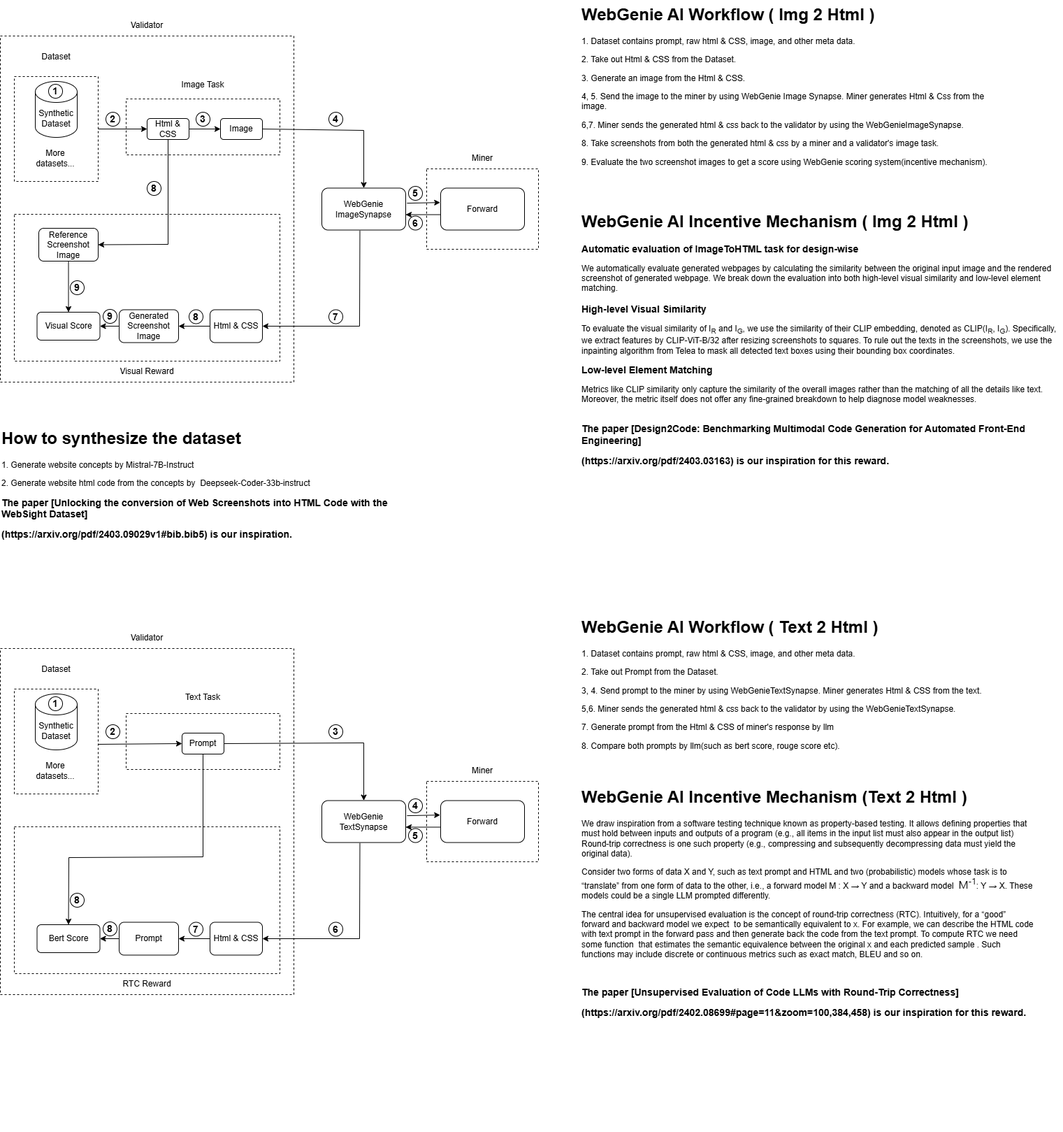
This is docs/webgenie-workflow.png from web-genie-ai/web-genie-ai, a draw.io export, as it was before one commit. Source tidied: cells renumbered, new cells last; positions are measured from the earlier drawing's top-left corner, leaving out a move shared by most shapes.
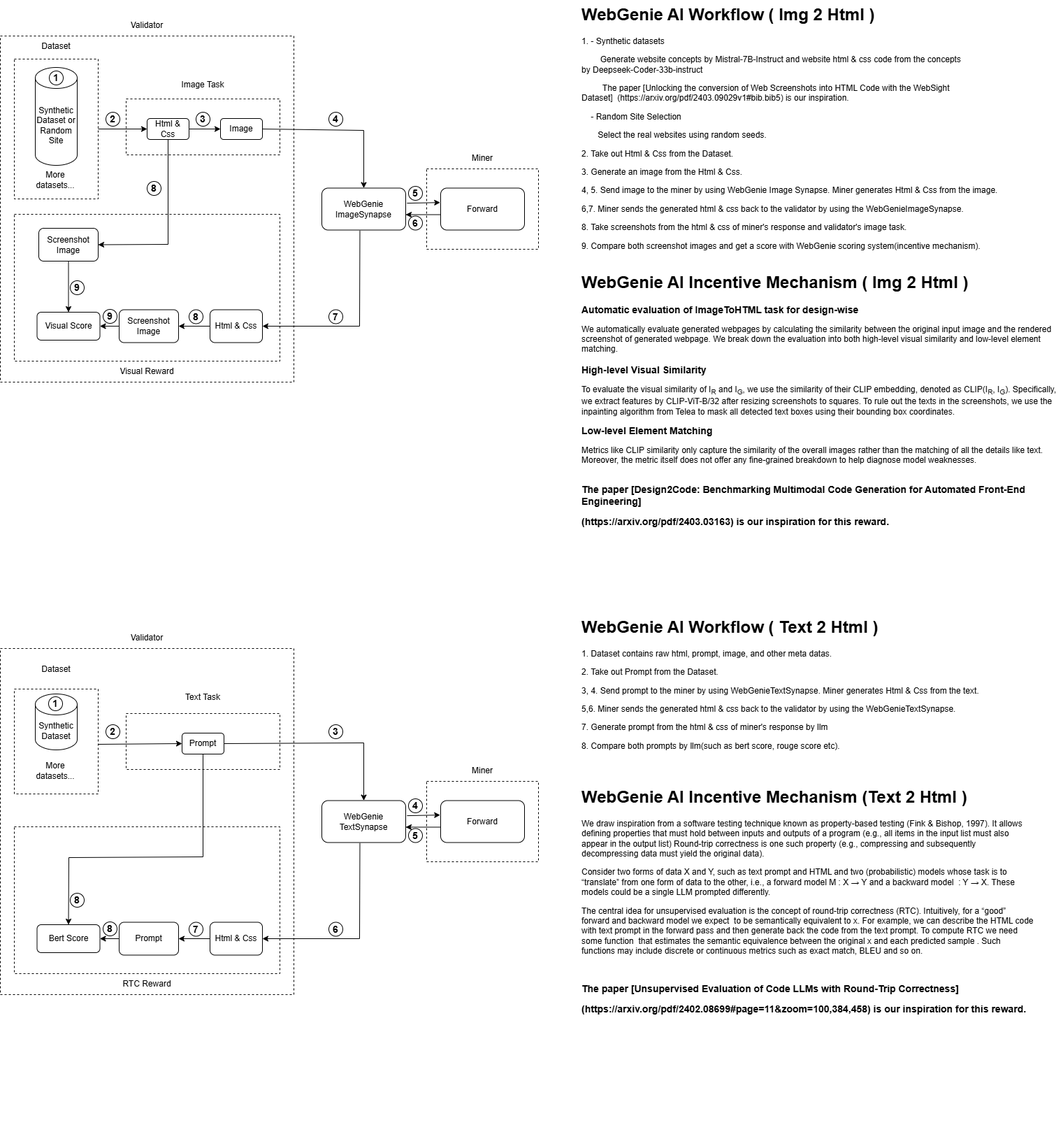
The same file after the commit.

Commit message:
chore: udpate the workflow image

What changed in the source:
```diff
@@ -23,9 +23,9 @@
     <mxCell id="8" style="rounded=0;whiteSpace=wrap;html=1;dashed=1;" parent="1" vertex="1">
-      <mxGeometry x="20" y="109" width="120" height="150" as="geometry" />
+      <mxGeometry x="20" y="84" width="120" height="200" as="geometry" />
     </mxCell>
-    <mxCell id="9" value="Synthetic Dataset" style="shape=cylinder3;whiteSpace=wrap;html=1;boundedLbl=1;backgroundOutline=1;size=15;" parent="1" vertex="1">
-      <mxGeometry x="50" y="116" width="60" height="80" as="geometry" />
+    <mxCell id="9" value="Synthetic Dataset or Random Site" style="shape=cylinder3;whiteSpace=wrap;html=1;boundedLbl=1;backgroundOutline=1;size=15;" parent="1" vertex="1">
+      <mxGeometry x="50" y="96" width="60" height="140" as="geometry" />
     </mxCell>
     <mxCell id="10" value="Dataset" style="text;html=1;align=center;verticalAlign=middle;whiteSpace=wrap;rounded=0;" parent="1" vertex="1">
-      <mxGeometry x="50" y="66" width="60" height="30" as="geometry" />
+      <mxGeometry x="50" y="56" width="60" height="20" as="geometry" />
     </mxCell>
@@ -38,3 +38,3 @@
     <mxCell id="13" value="&lt;b&gt;&lt;font style=&quot;font-size: 14px;&quot;&gt;1&lt;/font&gt;&lt;/b&gt;" style="ellipse;whiteSpace=wrap;html=1;" parent="1" vertex="1">
-      <mxGeometry x="69" y="120" width="20" height="20" as="geometry" />
+      <mxGeometry x="70" y="101" width="20" height="20" as="geometry" />
     </mxCell>
@@ -71,3 +71,3 @@
     </mxCell>
-    <mxCell id="22" value="Html &amp;amp; CSS" style="rounded=1;whiteSpace=wrap;html=1;" parent="1" vertex="1">
+    <mxCell id="22" value="Html &amp;amp; Css" style="rounded=1;whiteSpace=wrap;html=1;" parent="1" vertex="1">
       <mxGeometry x="300" y="442.5" width="75" height="47" as="geometry" />
@@ -84,6 +84,6 @@
     </mxCell>
-    <mxCell id="25" value="Generated Screenshot&lt;div&gt;Image&lt;/div&gt;" style="rounded=1;whiteSpace=wrap;html=1;" parent="1" vertex="1">
+    <mxCell id="25" value="Screenshot&lt;div&gt;Image&lt;/div&gt;" style="rounded=1;whiteSpace=wrap;html=1;" parent="1" vertex="1">
       <mxGeometry x="170" y="442.5" width="85" height="47" as="geometry" />
     </mxCell>
-    <mxCell id="26" value="Reference Screenshot&lt;div&gt;Image&lt;/div&gt;" style="rounded=1;whiteSpace=wrap;html=1;" parent="1" vertex="1">
+    <mxCell id="26" value="Screenshot&lt;div&gt;Image&lt;/div&gt;" style="rounded=1;whiteSpace=wrap;html=1;" parent="1" vertex="1">
       <mxGeometry x="55" y="326" width="85" height="47" as="geometry" />
@@ -96,3 +96,3 @@
     </mxCell>
-    <mxCell id="29" value="Html &amp;amp; CSS" style="rounded=1;whiteSpace=wrap;html=1;" parent="1" vertex="1">
+    <mxCell id="29" value="Html &amp;amp; Css" style="rounded=1;whiteSpace=wrap;html=1;" parent="1" vertex="1">
       <mxGeometry x="210" y="169" width="60" height="30" as="geometry" />
@@ -106,3 +106,3 @@
     <mxCell id="32" value="More datasets..." style="text;html=1;align=center;verticalAlign=middle;whiteSpace=wrap;rounded=0;" parent="1" vertex="1">
-      <mxGeometry x="49" y="211" width="60" height="30" as="geometry" />
+      <mxGeometry x="49" y="242" width="60" height="30" as="geometry" />
     </mxCell>
@@ -148,11 +148,8 @@
     </mxCell>
-    <mxCell id="45" value="&lt;h1 style=&quot;margin-top: 0px;&quot;&gt;WebGenie AI Workflow ( Img 2 Html )&lt;/h1&gt;&lt;p&gt;1. Dataset contains&amp;nbsp;&lt;span style=&quot;background-color: initial;&quot;&gt;prompt,&amp;nbsp;&lt;/span&gt;&lt;span style=&quot;background-color: initial;&quot;&gt;raw html &amp;amp; CSS, image, and other meta data.&lt;/span&gt;&lt;/p&gt;&lt;p&gt;2. Take out Html &amp;amp; CSS from the Dataset.&lt;/p&gt;&lt;p&gt;3. Generate an image from the Html &amp;amp; CSS.&lt;/p&gt;&lt;p&gt;4, 5. Send the image to the miner by using WebGenie Image Synapse. Miner generates Html &amp;amp; Css from the image.&lt;span style=&quot;background-color: initial;&quot;&gt;&amp;nbsp;&lt;/span&gt;&lt;/p&gt;&lt;p&gt;&lt;span style=&quot;background-color: initial;&quot;&gt;6,7. Miner sends the generated html &amp;amp; css back to the validator by using the WebGenieImageSynapse.&amp;nbsp;&lt;/span&gt;&lt;/p&gt;&lt;p&gt;&lt;span style=&quot;background-color: initial;&quot;&gt;8. Take screenshots from both the generated html &amp;amp; css by a miner and a validator's image task.&lt;/span&gt;&lt;/p&gt;&lt;p&gt;&lt;span style=&quot;background-color: initial;&quot;&gt;9. Evaluate the two screenshot images to get a score using WebGenie scoring system(incentive mechanism).&lt;/span&gt;&lt;/p&gt;&lt;p&gt;&lt;br&gt;&lt;/p&gt;&lt;p&gt;&lt;br&gt;&lt;/p&gt;" style="text;html=1;whiteSpace=wrap;overflow=hidden;rounded=0;" parent="1" vertex="1">
-      <mxGeometry x="830" width="620" height="236" as="geometry" />
+    <mxCell id="45" value="&lt;h1 style=&quot;margin-top: 0px;&quot;&gt;WebGenie AI Workflow ( Img 2 Html )&lt;/h1&gt;&lt;p&gt;1. - Synthetic datasets&lt;/p&gt;&lt;p&gt;&amp;nbsp; &amp;nbsp; &amp;nbsp; &amp;nbsp;&amp;nbsp;&lt;span style=&quot;background-color: transparent; color: light-dark(rgb(0, 0, 0), rgb(255, 255, 255));&quot;&gt;Generate website concepts by Mistral-7B-Instruct and website html &amp;amp; css code from the concepts&amp;nbsp; &amp;nbsp; &amp;nbsp; &amp;nbsp; &amp;nbsp; &amp;nbsp; &amp;nbsp; &amp;nbsp; by&amp;nbsp;&lt;/span&gt;&lt;span style=&quot;background-color: transparent; color: light-dark(rgb(0, 0, 0), rgb(255, 255, 255));&quot;&gt;Deepseek-Coder-33b-instruct&lt;/span&gt;&lt;/p&gt;&lt;p&gt;&lt;span style=&quot;background-color: transparent; color: light-dark(rgb(0, 0, 0), rgb(255, 255, 255));&quot;&gt;&amp;nbsp; &amp;nbsp; &amp;nbsp; &amp;nbsp; &lt;font&gt;&amp;nbsp;&lt;/font&gt;&lt;/span&gt;&lt;span style=&quot;background-color: transparent; color: light-dark(rgb(0, 0, 0), rgb(255, 255, 255));&quot;&gt;&lt;font&gt;The paper [Unlocking the conversion of Web Screenshots into HTML Code with the WebSight Dataset]&amp;nbsp;&amp;nbsp;&lt;/font&gt;&lt;/span&gt;&lt;span style=&quot;background-color: transparent; color: light-dark(rgb(0, 0, 0), rgb(255, 255, 255));&quot;&gt;(https://arxiv.org/pdf/2403.09029v1#bib.bib5) is our inspiration.&lt;/span&gt;&lt;/p&gt;&lt;p&gt;&amp;nbsp; &amp;nbsp; - Random Site Selection&lt;/p&gt;&lt;p&gt;&amp;nbsp; &amp;nbsp; &amp;nbsp; &amp;nbsp;Select the real websites using random seeds.&lt;/p&gt;&lt;p&gt;2. Take out Html &amp;amp; Css from the Dataset.&lt;/p&gt;&lt;p&gt;3. Generate an image from the Html &amp;amp; Css.&lt;/p&gt;&lt;p&gt;4, 5. Send image to the miner by using WebGenie Image Synapse. Miner generates Html &amp;amp; Css from the image.&lt;span style=&quot;background-color: initial;&quot;&gt;&amp;nbsp;&lt;/span&gt;&lt;/p&gt;&lt;p&gt;&lt;span style=&quot;background-color: initial;&quot;&gt;6,7. Miner sends the generated html &amp;amp; css back to the validator by using the WebGenieImageSynapse.&amp;nbsp;&lt;/span&gt;&lt;/p&gt;&lt;p&gt;&lt;span style=&quot;background-color: initial;&quot;&gt;8. Take screenshots from the html &amp;amp; css of miner's response and validator's image task.&lt;/span&gt;&lt;/p&gt;&lt;p&gt;&lt;span style=&quot;background-color: initial;&quot;&gt;9. Compare both screenshot images and get a score with WebGenie scoring system(incentive mechanism).&lt;/span&gt;&lt;/p&gt;&lt;p&gt;&lt;span style=&quot;background-color: initial;&quot;&gt;&lt;br&gt;&lt;/span&gt;&lt;/p&gt;&lt;p&gt;&lt;span style=&quot;background-color: initial;&quot;&gt;&lt;br&gt;&lt;/span&gt;&lt;/p&gt;&lt;p&gt;&lt;br&gt;&lt;/p&gt;&lt;p&gt;&lt;br&gt;&lt;/p&gt;" style="text;html=1;whiteSpace=wrap;overflow=hidden;rounded=0;" parent="1" vertex="1">
+      <mxGeometry x="830" width="620" height="376" as="geometry" />
     </mxCell>
     <mxCell id="46" value="&lt;h1 style=&quot;margin-top: 0px;&quot;&gt;WebGenie AI Incentive Mechanism ( Img 2 Html )&lt;/h1&gt;&lt;p&gt;&lt;b&gt;&lt;font style=&quot;font-size: 14px;&quot;&gt;Automatic evaluation of ImageToHTML task for design-wise&lt;/font&gt;&lt;/b&gt;&lt;/p&gt;&lt;p&gt;We automatically evaluate generated webpages by calculating the similarity between the original input image and the rendered screenshot of generated webpage. We break down the evaluation into both high-level visual similarity and low-level element matching.&lt;br&gt;&lt;br&gt;&lt;b&gt;&lt;font style=&quot;font-size: 14px;&quot;&gt;High-level Visual Similarity&lt;/font&gt;&lt;/b&gt;&lt;/p&gt;&lt;p&gt;&lt;font style=&quot;&quot;&gt;To evaluate the visual similarity of&amp;nbsp;&lt;/font&gt;&lt;span style=&quot;background-color: initial;&quot;&gt;I&lt;/span&gt;&lt;span style=&quot;background-color: initial;&quot;&gt;&lt;sub&gt;R&lt;/sub&gt;&lt;/span&gt;&lt;span style=&quot;background-color: initial;&quot;&gt;&amp;nbsp;and&amp;nbsp;&lt;/span&gt;&lt;span style=&quot;background-color: initial;&quot;&gt;I&lt;/span&gt;&lt;span style=&quot;background-color: initial;&quot;&gt;&lt;sub&gt;G&lt;/sub&gt;&lt;/span&gt;&lt;span style=&quot;background-color: initial;&quot;&gt;, we use the similarity of their CLIP embedding, denoted as CLIP(&lt;/span&gt;&lt;span style=&quot;background-color: initial;&quot;&gt;I&lt;/span&gt;&lt;span style=&quot;background-color: initial;&quot;&gt;&lt;sub&gt;R&lt;/sub&gt;&lt;/span&gt;&lt;span style=&quot;background-color: initial;&quot;&gt;,&amp;nbsp;&lt;/span&gt;&lt;span style=&quot;background-color: initial;&quot;&gt;I&lt;/span&gt;&lt;span style=&quot;background-color: initial;&quot;&gt;&lt;sub&gt;G&lt;/sub&gt;&lt;/span&gt;&lt;span style=&quot;background-color: initial;&quot;&gt;). Specifically, we extract features by CLIP-ViT-B/32 after resizing screenshots to squares. To rule out the texts in the screenshots, we use the inpainting algorithm from Telea to mask all detected text boxes using their bounding box coordinates.&lt;/span&gt;&lt;/p&gt;&lt;p&gt;&lt;span style=&quot;background-color: initial;&quot;&gt;&lt;b&gt;&lt;font style=&quot;font-size: 14px;&quot;&gt;Low-level Element Matching&lt;/font&gt;&lt;/b&gt;&lt;/span&gt;&lt;/p&gt;&lt;p&gt;&lt;span style=&quot;background-color: initial;&quot;&gt;Metrics like CLIP similarity only capture the similarity of the overall images rather than the matching of all the details like text. Moreover, the metric itself does not offer any fine-grained breakdown to help diagnose model weaknesses.&lt;br&gt;&lt;br&gt;&lt;/span&gt;&lt;/p&gt;&lt;p&gt;&lt;b&gt;&lt;font style=&quot;font-size: 14px;&quot;&gt;The paper [Design2Code: Benchmarking Multimodal Code Generation for Automated Front-End Engineering]&lt;/font&gt;&lt;/b&gt;&lt;/p&gt;&lt;p&gt;&lt;span style=&quot;background-color: initial;&quot;&gt;&lt;b&gt;&lt;font style=&quot;font-size: 14px;&quot;&gt;(https://arxiv.org/pdf/2403.03163) is our inspiration for this reward.&lt;/font&gt;&lt;/b&gt;&lt;/span&gt;&lt;/p&gt;" style="text;html=1;whiteSpace=wrap;overflow=hidden;rounded=0;" parent="1" vertex="1">
-      <mxGeometry x="830" y="296" width="690" height="420" as="geometry" />
+      <mxGeometry x="830" y="382.5" width="690" height="420" as="geometry" />
     </mxCell>
-    <mxCell id="47" value="&lt;h1 style=&quot;margin-top: 0px;&quot;&gt;How to synthesize the dataset&lt;/h1&gt;&lt;p&gt;1. Generate website concepts by Mistral-7B-Instruct&lt;/p&gt;&lt;p&gt;2. Generate website html code from the concepts by&amp;nbsp; Deepseek-Coder-33b-instruct&lt;/p&gt;&lt;p&gt;&lt;b&gt;&lt;font style=&quot;font-size: 14px;&quot;&gt;The paper [Unlocking the conversion of Web Screenshots into HTML Code with the WebSight Dataset]&lt;/font&gt;&lt;/b&gt;&lt;/p&gt;&lt;p&gt;&lt;b&gt;&lt;font style=&quot;font-size: 14px;&quot;&gt;(https://arxiv.org/pdf/2403.09029v1#bib.bib5) is our inspiration.&lt;/font&gt;&lt;/b&gt;&lt;/p&gt;" style="text;html=1;whiteSpace=wrap;overflow=hidden;rounded=0;" parent="1" vertex="1">
-      <mxGeometry y="606" width="620" height="236" as="geometry" />
-    </mxCell>
     <mxCell id="48" style="rounded=0;whiteSpace=wrap;html=1;fillColor=none;dashed=1;" parent="1" vertex="1">
@@ -211,3 +208,3 @@
     </mxCell>
-    <mxCell id="63" value="Html &amp;amp; CSS" style="rounded=1;whiteSpace=wrap;html=1;" parent="1" vertex="1">
+    <mxCell id="63" value="Html &amp;amp; Css" style="rounded=1;whiteSpace=wrap;html=1;" parent="1" vertex="1">
       <mxGeometry x="300" y="1318.5" width="75" height="47" as="geometry" />
@@ -274,6 +271,6 @@
     </mxCell>
-    <mxCell id="81" value="&lt;h1 style=&quot;margin-top: 0px;&quot;&gt;WebGenie AI Workflow ( Text 2 Html )&lt;/h1&gt;&lt;p&gt;1.&amp;nbsp;&lt;span style=&quot;background-color: initial;&quot;&gt;Dataset contains&amp;nbsp;&lt;/span&gt;&lt;span style=&quot;background-color: initial;&quot;&gt;prompt,&amp;nbsp;&lt;/span&gt;&lt;span style=&quot;background-color: initial;&quot;&gt;raw html &amp;amp; CSS, image, and other meta data.&lt;/span&gt;&lt;/p&gt;&lt;p&gt;2. Take out Prompt from the Dataset.&lt;/p&gt;&lt;p&gt;&lt;span style=&quot;background-color: initial;&quot;&gt;3, 4. Send prompt to the miner by using WebGenieTextSynapse. Miner generates Html &amp;amp; CSS from the text.&lt;/span&gt;&lt;span style=&quot;background-color: initial;&quot;&gt;&amp;nbsp;&lt;/span&gt;&lt;/p&gt;&lt;p&gt;&lt;span style=&quot;background-color: initial;&quot;&gt;5,6. Miner sends the generated html &amp;amp; css back to the validator by using the WebGenieTextSynapse.&amp;nbsp;&lt;/span&gt;&lt;/p&gt;&lt;p&gt;&lt;span style=&quot;background-color: initial;&quot;&gt;7. Generate prompt from the Html &amp;amp; CSS of miner's response by llm&lt;/span&gt;&lt;/p&gt;&lt;p&gt;&lt;span style=&quot;background-color: initial;&quot;&gt;8. Compare both prompts by llm(such as bert score, rouge score etc).&lt;/span&gt;&lt;/p&gt;&lt;p&gt;&lt;br&gt;&lt;/p&gt;&lt;p&gt;&lt;br&gt;&lt;/p&gt;" style="text;html=1;whiteSpace=wrap;overflow=hidden;rounded=0;" parent="1" vertex="1">
+    <mxCell id="81" value="&lt;h1 style=&quot;margin-top: 0px;&quot;&gt;WebGenie AI Workflow ( Text 2 Html )&lt;/h1&gt;&lt;p&gt;1. Dataset contains raw html, prompt, image, and other meta datas.&lt;/p&gt;&lt;p&gt;2. Take out Prompt from the Dataset.&lt;/p&gt;&lt;p&gt;&lt;span style=&quot;background-color: initial;&quot;&gt;3, 4. Send prompt to the miner by using WebGenieTextSynapse. Miner generates Html &amp;amp; Css from the text.&lt;/span&gt;&lt;span style=&quot;background-color: initial;&quot;&gt;&amp;nbsp;&lt;/span&gt;&lt;/p&gt;&lt;p&gt;&lt;span style=&quot;background-color: initial;&quot;&gt;5,6. Miner sends the generated html &amp;amp; css back to the validator by using the WebGenieTextSynapse.&amp;nbsp;&lt;/span&gt;&lt;/p&gt;&lt;p&gt;&lt;span style=&quot;background-color: initial;&quot;&gt;7. Generate prompt from the html &amp;amp; css of miner's response by llm&lt;/span&gt;&lt;/p&gt;&lt;p&gt;&lt;span style=&quot;background-color: initial;&quot;&gt;8. Compare both prompts by llm(such as bert score, rouge score etc).&lt;/span&gt;&lt;/p&gt;&lt;p&gt;&lt;br&gt;&lt;/p&gt;&lt;p&gt;&lt;br&gt;&lt;/p&gt;" style="text;html=1;whiteSpace=wrap;overflow=hidden;rounded=0;" parent="1" vertex="1">
       <mxGeometry x="830" y="876" width="620" height="236" as="geometry" />
     </mxCell>
-    <mxCell id="82" value="&lt;h1 style=&quot;margin-top: 0px;&quot;&gt;WebGenie AI Incentive Mechanism (Text 2 Html )&lt;/h1&gt;&lt;p&gt;&lt;font&gt;We draw inspiration from a software testing technique known as property-based testing. It allows defining properties that must hold between inputs and outputs of a program (e.g., all items in the input list must also appear in the output list) Round-trip correctness is one such property (e.g., compressing and subsequently decompressing data must yield the original data).&lt;/font&gt;&lt;/p&gt;&lt;p&gt;&lt;font&gt;Consider two forms of data X and Y, such as text prompt and HTML and two (probabilistic) models whose task is to “translate” from one form of data to the other, i.e., a forward model M : X → Y and a backward model&amp;nbsp;&amp;nbsp;&lt;/font&gt;&lt;span style=&quot;font-family: -apple-system, BlinkMacSystemFont, &amp;quot;Segoe UI&amp;quot;, &amp;quot;Noto Sans&amp;quot;, Helvetica, Arial, sans-serif, &amp;quot;Apple Color Emoji&amp;quot;, &amp;quot;Segoe UI Emoji&amp;quot;; font-size: 16px; background-color: rgb(255, 255, 255);&quot;&gt;M&lt;/span&gt;&lt;span style=&quot;box-sizing: border-box; line-height: 0; position: relative; vertical-align: baseline; top: -0.5em; font-family: -apple-system, BlinkMacSystemFont, &amp;quot;Segoe UI&amp;quot;, &amp;quot;Noto Sans&amp;quot;, Helvetica, Arial, sans-serif, &amp;quot;Apple Color Emoji&amp;quot;, &amp;quot;Segoe UI Emoji&amp;quot;; background-color: rgb(255, 255, 255);&quot;&gt;-&lt;/span&gt;&lt;span style=&quot;box-sizing: border-box; line-height: 0; position: relative; vertical-align: baseline; top: -0.5em; font-family: -apple-system, BlinkMacSystemFont, &amp;quot;Segoe UI&amp;quot;, &amp;quot;Noto Sans&amp;quot;, Helvetica, Arial, sans-serif, &amp;quot;Apple Color Emoji&amp;quot;, &amp;quot;Segoe UI Emoji&amp;quot;; background-color: rgb(255, 255, 255);&quot;&gt;1&lt;/span&gt;&lt;span style=&quot;background-color: initial;&quot;&gt;: Y → X. These models could be a single LLM prompted differently.&lt;/span&gt;&lt;/p&gt;&lt;p&gt;&lt;font&gt;The central idea for unsupervised evaluation is the concept of round-trip correctness (RTC). Intuitively, for a “good” forward and backward model we expect&amp;nbsp; to be semantically equivalent to x. For example, we can describe the HTML code with text prompt in the forward pass and then generate back the code from the text prompt. To compute RTC we need some function&amp;nbsp; that estimates the semantic equivalence between the original x and each predicted sample . Such functions may include discrete or continuous metrics such as exact match, BLEU and so on.&lt;/font&gt;&lt;/p&gt;&lt;p&gt;&lt;font&gt;&lt;br&gt;&lt;/font&gt;&lt;/p&gt;&lt;p&gt;&lt;b&gt;&lt;font style=&quot;font-size: 14px;&quot;&gt;The paper [Unsupervised Evaluation of Code LLMs with Round-Trip Correctness]&lt;/font&gt;&lt;/b&gt;&lt;/p&gt;&lt;p&gt;&lt;/p&gt;&lt;p&gt;&lt;b&gt;&lt;font style=&quot;font-size: 14px;&quot;&gt;(https://arxiv.org/pdf/2402.08699#page=11&amp;amp;zoom=100,384,458) is our inspiration for this reward.&lt;/font&gt;&lt;/b&gt;&lt;/p&gt;" style="text;html=1;whiteSpace=wrap;overflow=hidden;rounded=0;" parent="1" vertex="1">
+    <mxCell id="82" value="&lt;h1 style=&quot;margin-top: 0px;&quot;&gt;WebGenie AI Incentive Mechanism (Text 2 Html )&lt;/h1&gt;&lt;p&gt;&lt;font&gt;We draw inspiration from a software testing technique known as property-based testing (Fink &amp;amp; Bishop, 1997). It allows defining properties that must hold between inputs and outputs of a program (e.g., all items in the input list must also appear in the output list) Round-trip correctness is one such property (e.g., compressing and subsequently decompressing data must yield the original data).&lt;/font&gt;&lt;/p&gt;&lt;p&gt;&lt;font&gt;Consider two forms of data X and Y, such as text prompt and HTML and two (probabilistic) models whose task is to “translate” from one form of data to the other, i.e., a forward model M : X → Y and a backward model&amp;nbsp; : Y → X. These models could be a single LLM prompted differently.&lt;/font&gt;&lt;/p&gt;&lt;p&gt;&lt;font&gt;The central idea for unsupervised evaluation is the concept of round-trip correctness (RTC). Intuitively, for a “good” forward and backward model we expect&amp;nbsp; to be semantically equivalent to x. For example, we can describe the HTML code with text prompt in the forward pass and then generate back the code from the text prompt. To compute RTC we need some function&amp;nbsp; that estimates the semantic equivalence between the original x and each predicted sample . Such functions may include discrete or continuous metrics such as exact match, BLEU and so on.&lt;/font&gt;&lt;/p&gt;&lt;p&gt;&lt;font&gt;&lt;br&gt;&lt;/font&gt;&lt;/p&gt;&lt;p&gt;&lt;b&gt;&lt;font style=&quot;font-size: 14px;&quot;&gt;The paper [Unsupervised Evaluation of Code LLMs with Round-Trip Correctness]&lt;/font&gt;&lt;/b&gt;&lt;/p&gt;&lt;p&gt;&lt;/p&gt;&lt;p&gt;&lt;b&gt;&lt;font style=&quot;font-size: 14px;&quot;&gt;(https://arxiv.org/pdf/2402.08699#page=11&amp;amp;zoom=100,384,458) is our inspiration for this reward.&lt;/font&gt;&lt;/b&gt;&lt;/p&gt;" style="text;html=1;whiteSpace=wrap;overflow=hidden;rounded=0;" parent="1" vertex="1">
       <mxGeometry x="830" y="1118.5" width="650" height="497.5" as="geometry" />
```
